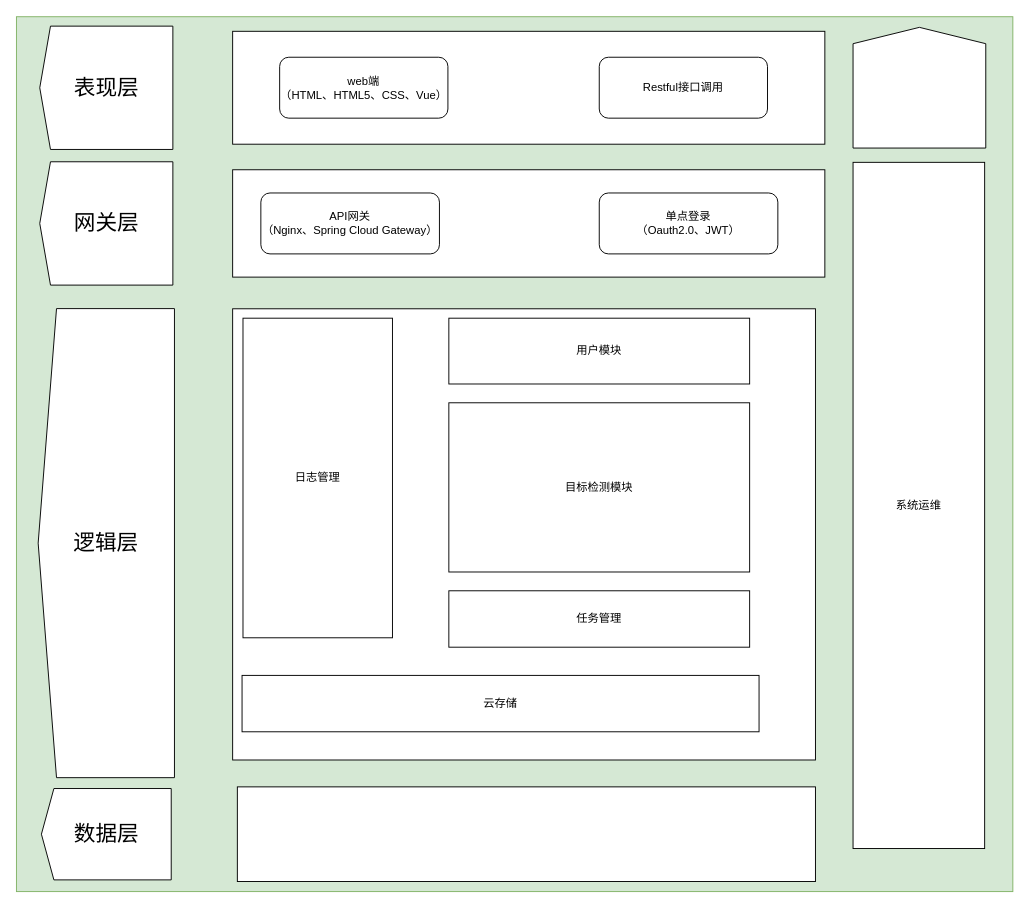
DingDongZz/typera_PicGO keeps this draw.io diagram as DrawIO_file/毕业论文画图/小目标检测系统架构图.drawio. Above is the earlier version. Source tidied: cells renumbered, new cells numbered last; positions are measured from the earlier drawing's top-left corner, leaving out a move shared by most shapes. Both pictures are drawn from the tidied source at 94%, with x=0, y=0 at pixel (-129, 16).
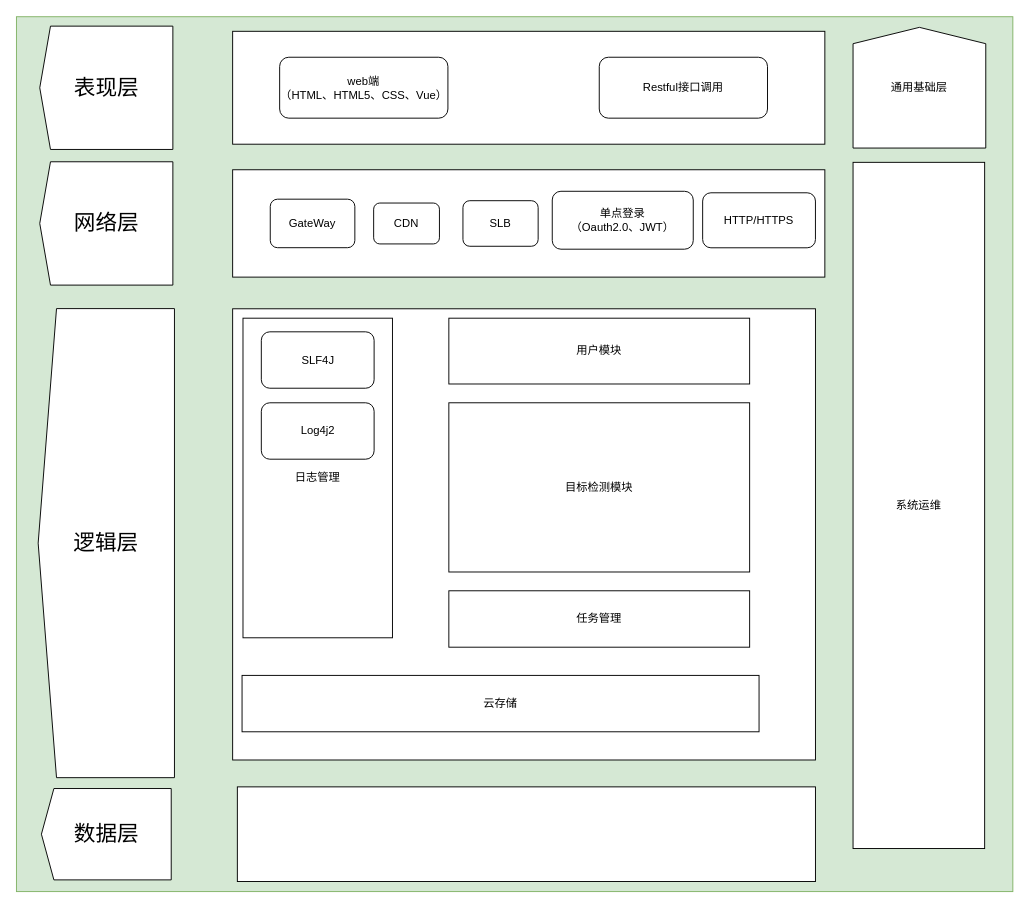
The same page after the edit.

Commit message (it also covers changes not shown here):
更新小目标检测系统架构图.drawio

Change to the diagram source:
```diff
@@
-    <mxCell id="7" value="&lt;span style=&quot;font-size: 23px;&quot;&gt;网关层&lt;/span&gt;" style="shape=offPageConnector;whiteSpace=wrap;html=1;rotation=90;size=0.08066680793953453;horizontal=0;" parent="1" vertex="1">
+    <mxCell id="7" value="&lt;span style=&quot;font-size: 23px;&quot;&gt;网络层&lt;/span&gt;" style="shape=offPageConnector;whiteSpace=wrap;html=1;rotation=90;size=0.08066680793953453;horizontal=0;" parent="1" vertex="1">
       <mxGeometry x="184" y="149.4" width="131.2" height="141.6" as="geometry" />
     </mxCell>
@@
-    <mxCell id="20" value="API网关&lt;div&gt;（Nginx、Spring Cloud Gateway）&lt;/div&gt;" style="rounded=1;whiteSpace=wrap;html=1;" parent="1" vertex="1">
-      <mxGeometry x="414" y="187.8" width="190" height="64.8" as="geometry" />
+    <mxCell id="20" value="CDN" style="rounded=1;whiteSpace=wrap;html=1;" parent="1" vertex="1">
+      <mxGeometry x="534" y="198.5" width="70" height="43.5" as="geometry" />
     </mxCell>
     <mxCell id="21" value="单点登录&lt;div&gt;（Oauth2.0、JWT）&lt;/div&gt;" style="rounded=1;whiteSpace=wrap;html=1;" parent="1" vertex="1">
-      <mxGeometry x="774" y="187.8" width="190" height="64.8" as="geometry" />
+      <mxGeometry x="724" y="186" width="150" height="61.6" as="geometry" />
     </mxCell>
+    <mxCell id="22" value="SLB" style="rounded=1;whiteSpace=wrap;html=1;" parent="1" vertex="1">
+      <mxGeometry x="629" y="196" width="80" height="48.5" as="geometry" />
+    </mxCell>
+    <mxCell id="23" value="GateWay" style="rounded=1;whiteSpace=wrap;html=1;" parent="1" vertex="1">
+      <mxGeometry x="424" y="194.4" width="90" height="51.6" as="geometry" />
+    </mxCell>
+    <mxCell id="24" value="HTTP/HTTPS" style="rounded=1;whiteSpace=wrap;html=1;" parent="1" vertex="1">
+      <mxGeometry x="884" y="187.6" width="120" height="58.5" as="geometry" />
+    </mxCell>
+    <mxCell id="25" value="通用基础层" style="text;html=1;align=center;verticalAlign=middle;whiteSpace=wrap;rounded=0;" parent="1" vertex="1">
+      <mxGeometry x="1070" y="60.9" width="89.4" height="29.9" as="geometry" />
+    </mxCell>
+    <mxCell id="26" value="SLF4J" style="rounded=1;whiteSpace=wrap;html=1;" parent="1" vertex="1">
+      <mxGeometry x="414.5" y="335.5" width="120" height="60" as="geometry" />
+    </mxCell>
+    <mxCell id="27" value="Log4j2" style="rounded=1;whiteSpace=wrap;html=1;" parent="1" vertex="1">
+      <mxGeometry x="414.5" y="411" width="120" height="60" as="geometry" />
+    </mxCell>
```
